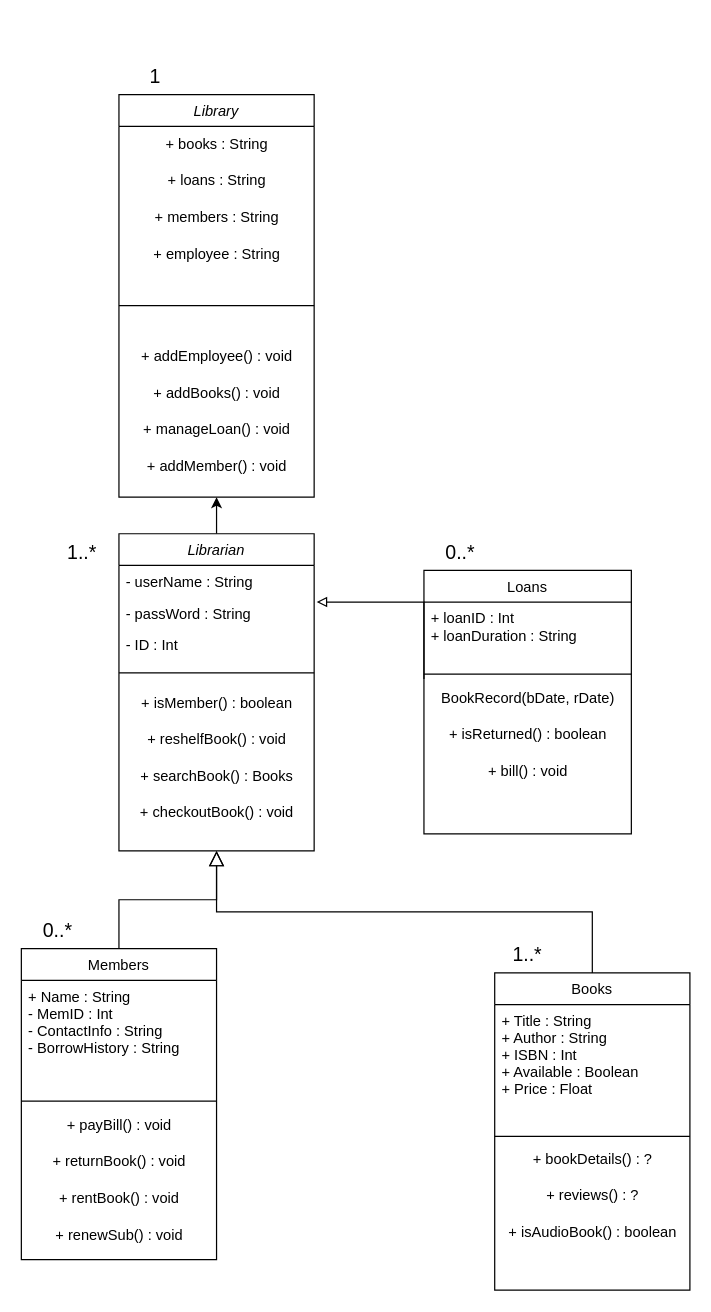
This is Untitled Diagram.drawio from Twpendleton/ClassUMLDiagram, a draw.io file, before an edit. Source tidied: cells renumbered, new cells numbered last; positions are measured from the earlier drawing's top-left corner, leaving out a move shared by most shapes. Both pictures are drawn from the tidied source at 122%, with x=0, y=0 at pixel (21, 57).
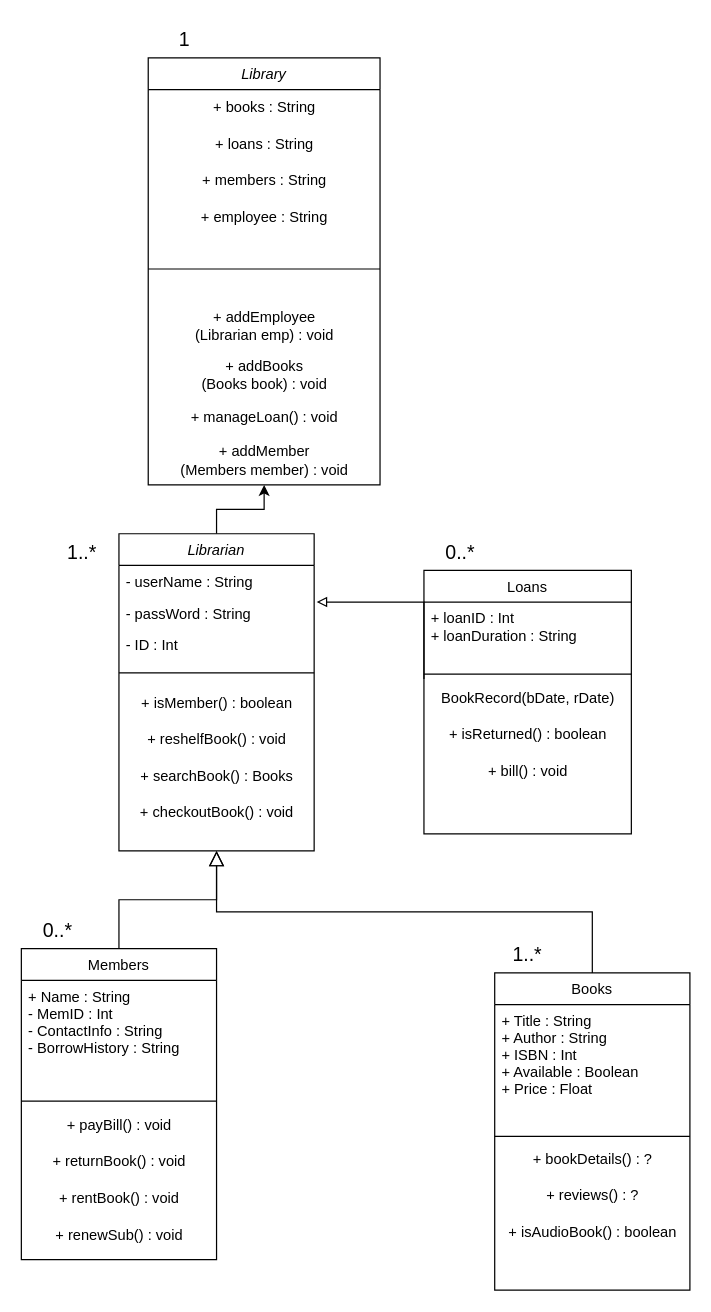
The same diagram, later.

Commit message:
Add method parameters

What changed in the source:
```diff
@@
     <mxCell id="34" value="Library" style="swimlane;fontStyle=2;align=center;verticalAlign=top;horizontal=1;startSize=26;rounded=0;shadow=0;strokeWidth=1;" parent="1" vertex="1">
-      <mxGeometry x="80" y="30" width="160" height="330" as="geometry" />
+      <mxGeometry x="104" width="190" height="350" as="geometry" />
     </mxCell>
     <mxCell id="35" value="+ books : String" style="text;html=1;align=center;verticalAlign=middle;strokeColor=none;fillColor=none;" parent="34" vertex="1">
-      <mxGeometry y="26" width="160" height="30" as="geometry" />
+      <mxGeometry y="26" width="190" height="30" as="geometry" />
     </mxCell>
     <mxCell id="36" value="+ loans : String" style="text;html=1;align=center;verticalAlign=middle;strokeColor=none;fillColor=none;" parent="34" vertex="1">
-      <mxGeometry y="56" width="160" height="30" as="geometry" />
+      <mxGeometry y="56" width="190" height="30" as="geometry" />
     </mxCell>
     <mxCell id="37" value="+ members : String" style="text;html=1;align=center;verticalAlign=middle;strokeColor=none;fillColor=none;" parent="34" vertex="1">
-      <mxGeometry y="86" width="160" height="30" as="geometry" />
+      <mxGeometry y="86" width="190" height="30" as="geometry" />
     </mxCell>
     <mxCell id="38" value="+ employee : String" style="text;html=1;align=center;verticalAlign=middle;strokeColor=none;fillColor=none;" parent="34" vertex="1">
-      <mxGeometry y="116" width="160" height="30" as="geometry" />
+      <mxGeometry y="116" width="190" height="30" as="geometry" />
     </mxCell>
     <mxCell id="39" style="line;html=1;strokeWidth=1;align=left;verticalAlign=middle;spacingTop=-1;spacingLeft=3;spacingRight=3;labelPosition=right;" parent="34" vertex="1">
-      <mxGeometry y="146" width="160" height="54" as="geometry" />
+      <mxGeometry y="146" width="190" height="54" as="geometry" />
     </mxCell>
-    <mxCell id="40" value="+ addEmployee() : void" style="text;html=1;align=center;verticalAlign=middle;strokeColor=none;fillColor=none;" parent="34" vertex="1">
-      <mxGeometry y="200" width="160" height="30" as="geometry" />
+    <mxCell id="40" value="+ addEmployee&lt;div&gt;(Librarian emp)&amp;nbsp;&lt;span style=&quot;background-color: initial;&quot;&gt;: void&lt;/span&gt;&lt;/div&gt;" style="text;html=1;align=center;verticalAlign=middle;strokeColor=none;fillColor=none;" parent="34" vertex="1">
+      <mxGeometry y="200" width="190" height="40" as="geometry" />
     </mxCell>
-    <mxCell id="41" value="+ addBooks() : void" style="text;html=1;align=center;verticalAlign=middle;strokeColor=none;fillColor=none;" parent="34" vertex="1">
-      <mxGeometry y="230" width="160" height="30" as="geometry" />
+    <mxCell id="41" value="+ addBooks&lt;div&gt;(Books book) : void&lt;/div&gt;" style="text;html=1;align=center;verticalAlign=middle;strokeColor=none;fillColor=none;" parent="34" vertex="1">
+      <mxGeometry y="240" width="190" height="40" as="geometry" />
     </mxCell>
     <mxCell id="42" value="+ manageLoan() : void" style="text;html=1;align=center;verticalAlign=middle;strokeColor=none;fillColor=none;" parent="34" vertex="1">
-      <mxGeometry y="260" width="160" height="30" as="geometry" />
+      <mxGeometry y="280" width="190" height="30" as="geometry" />
     </mxCell>
-    <mxCell id="43" value="+ addMember() : void" style="text;html=1;align=center;verticalAlign=middle;strokeColor=none;fillColor=none;" parent="34" vertex="1">
-      <mxGeometry y="290" width="160" height="30" as="geometry" />
+    <mxCell id="43" value="+ addMember&lt;div&gt;(Members member) : void&lt;/div&gt;" style="text;html=1;align=center;verticalAlign=middle;strokeColor=none;fillColor=none;" parent="34" vertex="1">
+      <mxGeometry y="310" width="190" height="40" as="geometry" />
     </mxCell>
@@
     <mxCell id="48" value="1" style="text;strokeColor=none;fillColor=none;html=1;align=center;verticalAlign=middle;whiteSpace=wrap;rounded=0;fontSize=16;" parent="1" vertex="1">
-      <mxGeometry x="80" width="60" height="30" as="geometry" />
+      <mxGeometry x="104" y="-30" width="60" height="30" as="geometry" />
     </mxCell>
```
